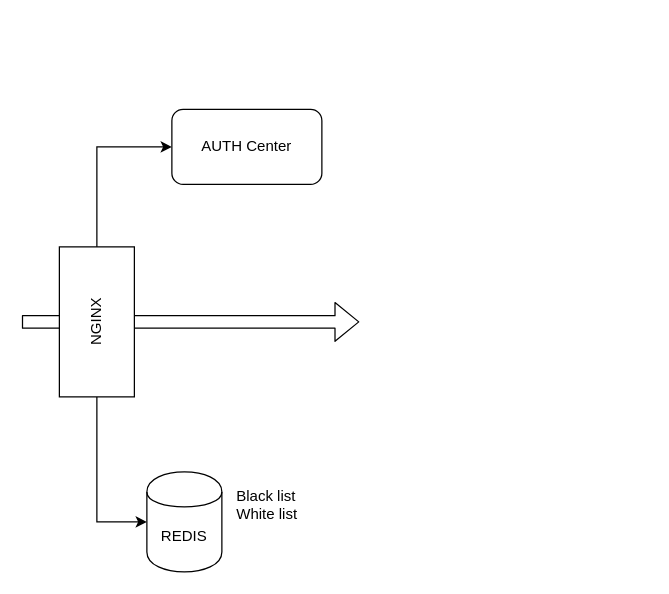
p141592/nginx-auth keeps this draw.io diagram as docs/GeneralDiagram.drawio. Above is the earlier version. Source tidied: cells renumbered, new cells numbered last; positions are measured from the earlier drawing's top-left corner, leaving out a move shared by most shapes. Both pictures are drawn from the tidied source at 125%, with x=0, y=0 at pixel (21, 109).
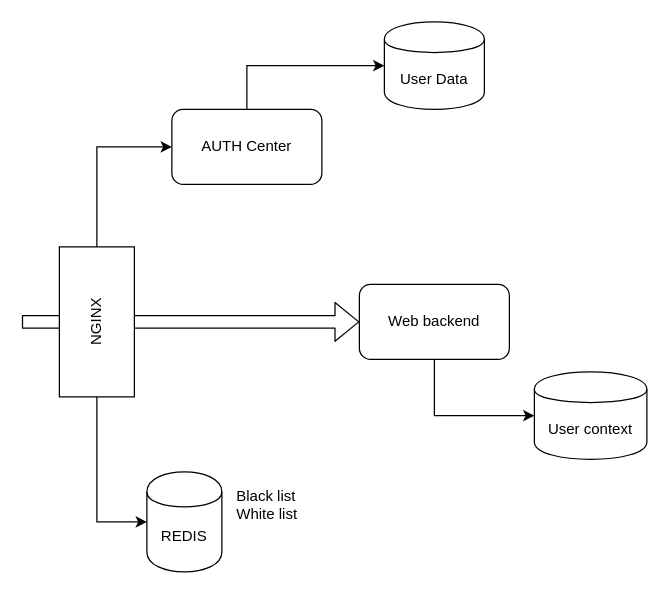
The same page after the edit.

What changed in the source:
```diff
@@
 <mxGraphModel>
   <root>
     <mxCell id="0" />
     <mxCell id="1" parent="0" />
     <mxCell id="2" style="shape=flexArrow;endArrow=classic;html=1;" parent="1" edge="1">
       <mxGeometry relative="1" as="geometry">
         <mxPoint y="170" as="sourcePoint" />
         <mxPoint x="270" y="170" as="targetPoint" />
       </mxGeometry>
     </mxCell>
     <mxCell id="3" style="edgeStyle=orthogonalEdgeStyle;rounded=0;jettySize=auto;html=1;exitX=1;exitY=0.5;exitDx=0;exitDy=0;entryX=0;entryY=0.5;entryDx=0;entryDy=0;" parent="1" edge="1" source="5" target="6">
       <mxGeometry relative="1" as="geometry" />
     </mxCell>
     <mxCell id="4" style="edgeStyle=orthogonalEdgeStyle;rounded=0;jettySize=auto;html=1;exitX=0;exitY=0.5;exitDx=0;exitDy=0;entryX=0;entryY=0.5;entryDx=0;entryDy=0;" parent="1" edge="1" source="5" target="7">
       <mxGeometry relative="1" as="geometry" />
     </mxCell>
     <mxCell id="5" value="NGINX" style="rounded=0;whiteSpace=wrap;html=1;rotation=-90;" parent="1" vertex="1">
       <mxGeometry y="140" width="120" height="60" as="geometry" />
     </mxCell>
+    <mxCell id="9" style="edgeStyle=orthogonalEdgeStyle;rounded=0;jettySize=auto;html=1;exitX=0.5;exitY=0;exitDx=0;exitDy=0;entryX=0;entryY=0.5;entryDx=0;entryDy=0;" parent="1" edge="1" source="6" target="10">
+      <mxGeometry relative="1" as="geometry" />
+    </mxCell>
     <mxCell id="6" value="AUTH Center" style="rounded=1;whiteSpace=wrap;html=1;" parent="1" vertex="1">
       <mxGeometry x="120" width="120" height="60" as="geometry" />
     </mxCell>
     <mxCell id="7" value="REDIS" style="shape=cylinder;whiteSpace=wrap;html=1;boundedLbl=1;backgroundOutline=1;" parent="1" vertex="1">
       <mxGeometry x="100" y="290" width="60" height="80" as="geometry" />
     </mxCell>
     <mxCell id="8" value="Black list&lt;br&gt;White list&lt;br&gt;" style="text;html=1;align=left;verticalAlign=top;spacingTop=-4;" parent="1" vertex="1">
       <mxGeometry x="170" y="300" width="60" height="30" as="geometry" />
     </mxCell>
+    <mxCell id="10" value="User Data" style="shape=cylinder;whiteSpace=wrap;html=1;boundedLbl=1;backgroundOutline=1;" parent="1" vertex="1">
+      <mxGeometry x="290" y="-70" width="80" height="70" as="geometry" />
+    </mxCell>
+    <mxCell id="11" style="edgeStyle=orthogonalEdgeStyle;rounded=0;jettySize=auto;html=1;exitX=0.5;exitY=1;exitDx=0;exitDy=0;entryX=0;entryY=0.5;entryDx=0;entryDy=0;" parent="1" edge="1" source="12" target="13">
+      <mxGeometry relative="1" as="geometry" />
+    </mxCell>
+    <mxCell id="12" value="Web backend" style="rounded=1;whiteSpace=wrap;html=1;" parent="1" vertex="1">
+      <mxGeometry x="270" y="140" width="120" height="60" as="geometry" />
+    </mxCell>
+    <mxCell id="13" value="User context" style="shape=cylinder;whiteSpace=wrap;html=1;boundedLbl=1;backgroundOutline=1;" parent="1" vertex="1">
+      <mxGeometry x="410" y="210" width="90" height="70" as="geometry" />
+    </mxCell>
   </root>
 </mxGraphModel>
```
